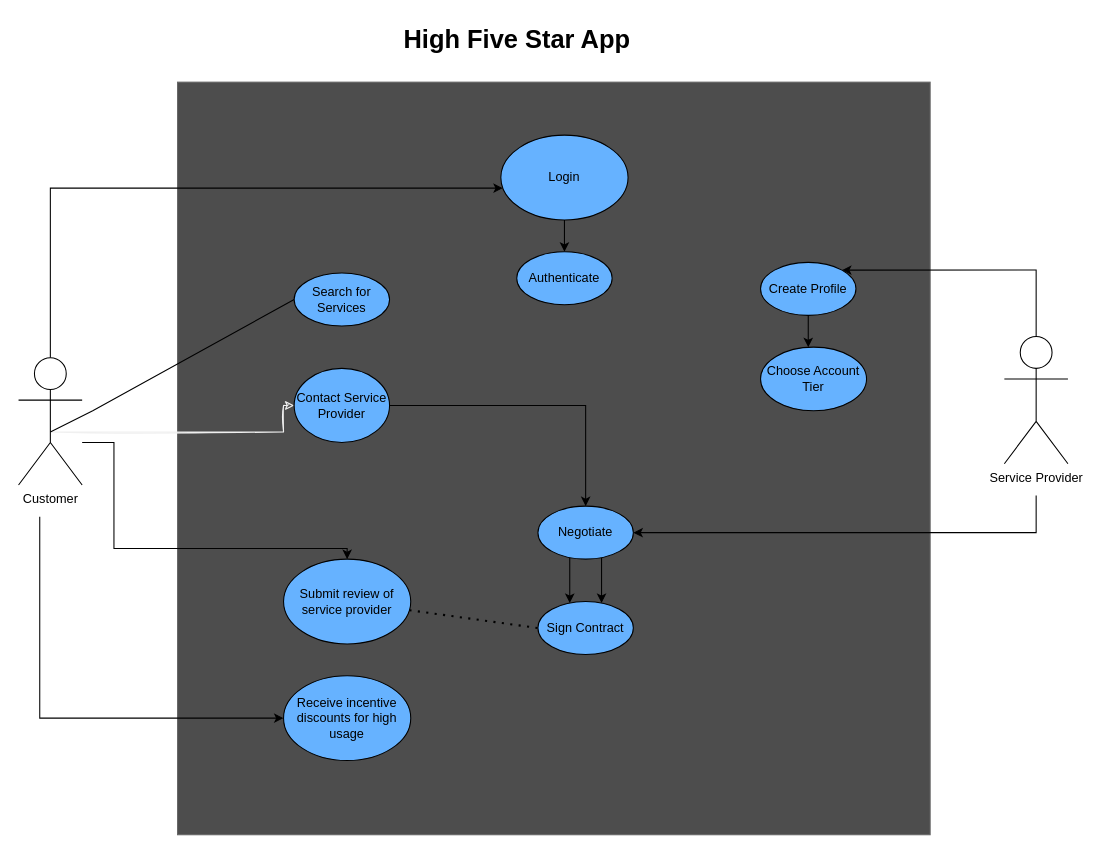
Before: AppUseCaseDiagram.drawio in schurch82/High-Five-Star, a draw.io diagram. Source tidied: cells renumbered, new cells numbered last; positions are measured from the earlier drawing's top-left corner, leaving out a move shared by most shapes. Both pictures are drawn from the tidied source at 106%, with x=0, y=0 at pixel (18, 18).
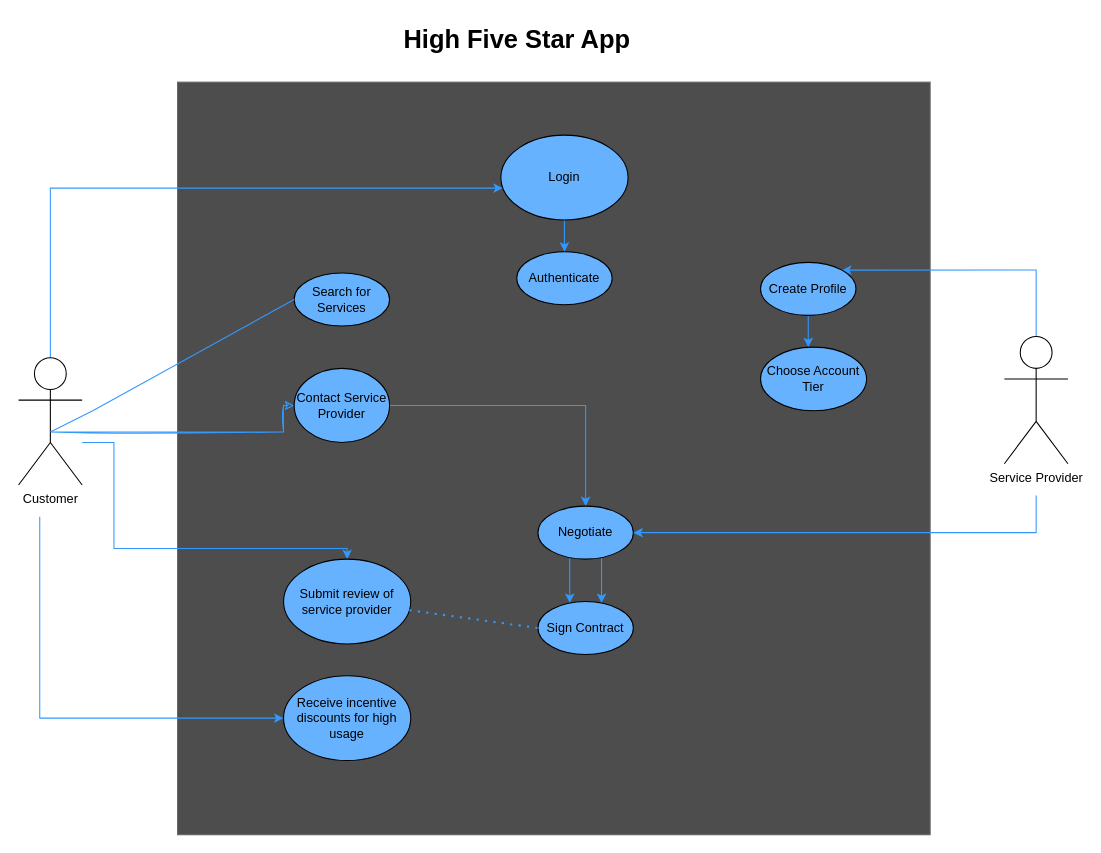
Above is the later version.

Commit message:
formatting to Use Case Diagram

Unchanged cells that the change refers to:
```xml
<mxCell id="7" value="Customer" style="shape=umlActor;verticalLabelPosition=bottom;verticalAlign=top;html=1;outlineConnect=0;" parent="1" vertex="1">
  <mxGeometry y="320" width="60" height="120" as="geometry" />
</mxCell>
<mxCell id="10" value="Service Provider" style="shape=umlActor;verticalLabelPosition=bottom;verticalAlign=top;html=1;outlineConnect=0;" parent="1" vertex="1">
  <mxGeometry x="930" y="300" width="60" height="120" as="geometry" />
</mxCell>
<mxCell id="13" value="Login" style="ellipse;whiteSpace=wrap;html=1;fillColor=#66B2FF;" parent="1" vertex="1">
  <mxGeometry x="455" y="110" width="120" height="80" as="geometry" />
</mxCell>
<mxCell id="14" value="Authenticate" style="ellipse;whiteSpace=wrap;html=1;fillColor=#66B2FF;" parent="1" vertex="1">
  <mxGeometry x="470" y="220" width="90" height="50" as="geometry" />
</mxCell>
<mxCell id="15" value="Search for Services" style="ellipse;whiteSpace=wrap;html=1;fillColor=#66B2FF;" parent="1" vertex="1">
  <mxGeometry x="260" y="240" width="90" height="50" as="geometry" />
</mxCell>
<mxCell id="17" value="Contact Service Provider" style="ellipse;whiteSpace=wrap;html=1;fillColor=#66B2FF;" parent="1" vertex="1">
  <mxGeometry x="260" y="330" width="90" height="70" as="geometry" />
</mxCell>
<mxCell id="20" value="Negotiate" style="ellipse;whiteSpace=wrap;html=1;fillColor=#66B2FF;" parent="1" vertex="1">
  <mxGeometry x="490" y="460" width="90" height="50" as="geometry" />
</mxCell>
<mxCell id="21" value="Sign Contract" style="ellipse;whiteSpace=wrap;html=1;fillColor=#66B2FF;" parent="1" vertex="1">
  <mxGeometry x="490" y="550" width="90" height="50" as="geometry" />
</mxCell>
<mxCell id="23" value="Create Profile" style="ellipse;whiteSpace=wrap;html=1;fillColor=#66B2FF;" parent="1" vertex="1">
  <mxGeometry x="700" y="230" width="90" height="50" as="geometry" />
</mxCell>
<mxCell id="24" value="Choose Account Tier" style="ellipse;whiteSpace=wrap;html=1;fillColor=#66B2FF;" parent="1" vertex="1">
  <mxGeometry x="700" y="310" width="100" height="60" as="geometry" />
</mxCell>
<mxCell id="25" value="Submit review of service provider" style="ellipse;whiteSpace=wrap;html=1;fillColor=#66B2FF;" parent="1" vertex="1">
  <mxGeometry x="250" y="510" width="120" height="80" as="geometry" />
</mxCell>
<mxCell id="26" value="Receive incentive discounts for high usage" style="ellipse;whiteSpace=wrap;html=1;fillColor=#66B2FF;" parent="1" vertex="1">
  <mxGeometry x="250" y="620" width="120" height="80" as="geometry" />
</mxCell>
```

The edit, as a diff of the source:
```diff
@@
-    <mxCell id="3" style="edgeStyle=orthogonalEdgeStyle;rounded=0;jettySize=auto;html=1;entryX=0;entryY=0.5;entryDx=0;entryDy=0;sketch=1;strokeColor=#F0F0F0;" parent="1" edge="1" target="17">
+    <mxCell id="3" style="edgeStyle=orthogonalEdgeStyle;rounded=0;jettySize=auto;html=1;entryX=0;entryY=0.5;entryDx=0;entryDy=0;sketch=1;strokeColor=#3399FF;" parent="1" edge="1" target="17">
       <mxGeometry relative="1" as="geometry">
         <mxPoint x="30" y="390" as="sourcePoint" />
         <Array as="points">
           <mxPoint x="250" y="390" />
           <mxPoint x="250" y="365" />
         </Array>
       </mxGeometry>
     </mxCell>
-    <mxCell id="4" style="edgeStyle=orthogonalEdgeStyle;rounded=0;jettySize=auto;html=1;" parent="1" edge="1" source="7" target="25">
+    <mxCell id="4" style="edgeStyle=orthogonalEdgeStyle;rounded=0;jettySize=auto;html=1;strokeColor=#3399FF;" parent="1" edge="1" source="7" target="25">
       <mxGeometry relative="1" as="geometry">
         <Array as="points">
           <mxPoint x="90" y="400" />
           <mxPoint x="90" y="500" />
           <mxPoint x="310" y="500" />
         </Array>
       </mxGeometry>
     </mxCell>
-    <mxCell id="5" style="edgeStyle=orthogonalEdgeStyle;rounded=0;jettySize=auto;html=1;" parent="1" edge="1" target="26">
+    <mxCell id="5" style="edgeStyle=orthogonalEdgeStyle;rounded=0;jettySize=auto;html=1;strokeColor=#3399FF;" parent="1" edge="1" target="26">
       <mxGeometry relative="1" as="geometry">
         <mxPoint x="20" y="470" as="sourcePoint" />
         <Array as="points">
           <mxPoint x="20" y="660" />
         </Array>
       </mxGeometry>
     </mxCell>
-    <mxCell id="6" style="edgeStyle=orthogonalEdgeStyle;rounded=0;jettySize=auto;html=1;" parent="1" edge="1" source="7" target="13">
+    <mxCell id="6" style="edgeStyle=orthogonalEdgeStyle;rounded=0;jettySize=auto;html=1;strokeColor=#3399FF;" parent="1" edge="1" source="7" target="13">
       <mxGeometry relative="1" as="geometry">
         <Array as="points">
           <mxPoint x="30" y="160" />
         </Array>
       </mxGeometry>
     </mxCell>
@@
-    <mxCell id="8" style="edgeStyle=orthogonalEdgeStyle;rounded=0;jettySize=auto;html=1;entryX=1;entryY=0;entryDx=0;entryDy=0;" parent="1" edge="1" source="10" target="23">
+    <mxCell id="8" style="edgeStyle=orthogonalEdgeStyle;rounded=0;jettySize=auto;html=1;entryX=1;entryY=0;entryDx=0;entryDy=0;strokeColor=#3399FF;" parent="1" edge="1" source="10" target="23">
       <mxGeometry relative="1" as="geometry">
         <Array as="points">
           <mxPoint x="960" y="237" />
         </Array>
       </mxGeometry>
     </mxCell>
-    <mxCell id="9" style="edgeStyle=orthogonalEdgeStyle;rounded=0;jettySize=auto;html=1;entryX=1;entryY=0.5;entryDx=0;entryDy=0;" parent="1" edge="1" target="20">
+    <mxCell id="9" style="edgeStyle=orthogonalEdgeStyle;rounded=0;jettySize=auto;html=1;entryX=1;entryY=0.5;entryDx=0;entryDy=0;strokeColor=#3399FF;" parent="1" edge="1" target="20">
       <mxGeometry relative="1" as="geometry">
         <mxPoint x="960" y="450" as="sourcePoint" />
         <Array as="points">
           <mxPoint x="960" y="485" />
         </Array>
       </mxGeometry>
     </mxCell>
@@
-    <mxCell id="12" style="edgeStyle=orthogonalEdgeStyle;rounded=0;jettySize=auto;html=1;" parent="1" edge="1" source="13" target="14">
+    <mxCell id="12" style="edgeStyle=orthogonalEdgeStyle;rounded=0;jettySize=auto;html=1;strokeColor=#3399FF;" parent="1" edge="1" source="13" target="14">
       <mxGeometry relative="1" as="geometry" />
     </mxCell>
@@
-    <mxCell id="16" style="edgeStyle=orthogonalEdgeStyle;rounded=0;jettySize=auto;html=1;" parent="1" edge="1" source="17" target="20">
+    <mxCell id="16" style="edgeStyle=orthogonalEdgeStyle;rounded=0;jettySize=auto;html=1;strokeColor=#3399FF;" parent="1" edge="1" source="17" target="20">
       <mxGeometry relative="1" as="geometry" />
     </mxCell>
@@
-    <mxCell id="18" style="edgeStyle=orthogonalEdgeStyle;rounded=0;jettySize=auto;html=1;" parent="1" edge="1" source="20" target="21">
+    <mxCell id="18" style="edgeStyle=orthogonalEdgeStyle;rounded=0;jettySize=auto;html=1;strokeColor=#3399FF;" parent="1" edge="1" source="20" target="21">
       <mxGeometry relative="1" as="geometry">
         <Array as="points">
           <mxPoint x="520" y="530" />
           <mxPoint x="520" y="530" />
         </Array>
       </mxGeometry>
     </mxCell>
-    <mxCell id="19" style="edgeStyle=orthogonalEdgeStyle;rounded=0;jettySize=auto;html=1;" parent="1" edge="1" source="20" target="21">
+    <mxCell id="19" style="edgeStyle=orthogonalEdgeStyle;rounded=0;jettySize=auto;html=1;strokeColor=#3399FF;" parent="1" edge="1" source="20" target="21">
       <mxGeometry relative="1" as="geometry">
         <Array as="points">
           <mxPoint x="550" y="530" />
           <mxPoint x="550" y="530" />
         </Array>
       </mxGeometry>
     </mxCell>
@@
-    <mxCell id="22" style="edgeStyle=orthogonalEdgeStyle;rounded=0;jettySize=auto;html=1;" parent="1" edge="1" source="23" target="24">
+    <mxCell id="22" style="edgeStyle=orthogonalEdgeStyle;rounded=0;jettySize=auto;html=1;strokeColor=#3399FF;" parent="1" edge="1" source="23" target="24">
       <mxGeometry relative="1" as="geometry">
         <Array as="points">
           <mxPoint x="745" y="310" />
           <mxPoint x="745" y="310" />
         </Array>
       </mxGeometry>
     </mxCell>
@@
-    <mxCell id="27" style="endArrow=none;html=1;rounded=0;entryX=0;entryY=0.5;entryDx=0;entryDy=0;" parent="1" edge="1" target="15">
+    <mxCell id="27" style="endArrow=none;html=1;rounded=0;entryX=0;entryY=0.5;entryDx=0;entryDy=0;strokeColor=#3399FF;" parent="1" edge="1" target="15">
       <mxGeometry relative="1" as="geometry">
         <mxPoint x="30" y="390" as="sourcePoint" />
         <Array as="points">
           <mxPoint x="70" y="370" />
         </Array>
       </mxGeometry>
     </mxCell>
-    <mxCell id="28" style="endArrow=none;dashed=1;html=1;dashPattern=1 3;strokeWidth=2;rounded=0;entryX=0;entryY=0.5;entryDx=0;entryDy=0;" parent="1" edge="1" source="25" target="21">
+    <mxCell id="28" style="endArrow=none;dashed=1;html=1;dashPattern=1 3;strokeWidth=2;rounded=0;entryX=0;entryY=0.5;entryDx=0;entryDy=0;strokeColor=#3399FF;" parent="1" edge="1" source="25" target="21">
       <mxGeometry relative="1" as="geometry" />
     </mxCell>
```
